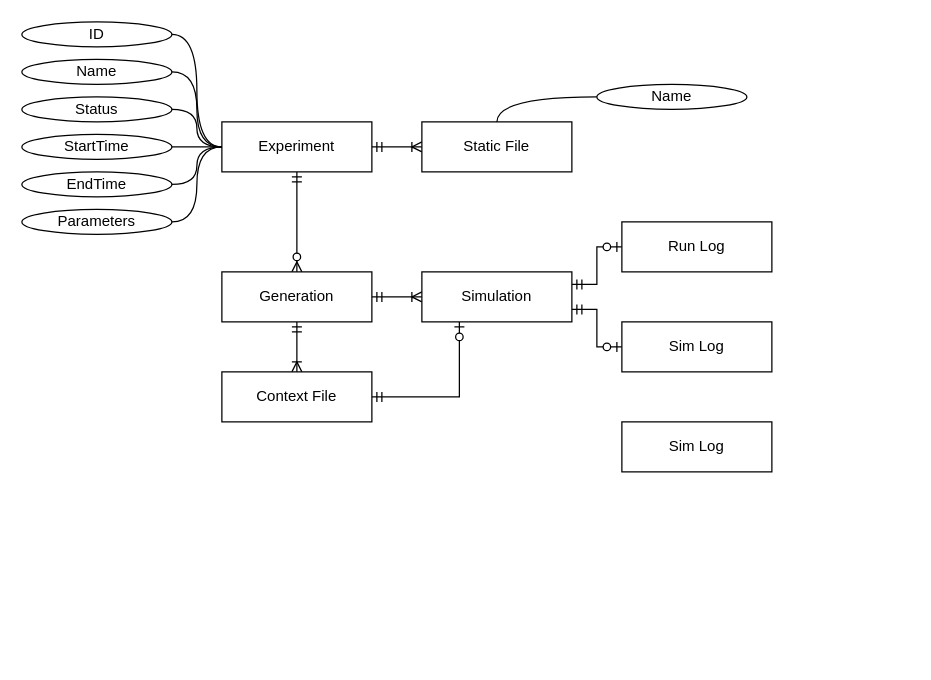
The draw.io diagram page "ER" (4 of 6) of docs/diagrams.drawio in JunioCesarFerreira/Cooja-MO-SimLab, before the edit. Source tidied: cells renumbered, new cells numbered last; positions are measured from the earlier drawing's top-left corner, leaving out a move shared by most shapes. Both pictures are drawn from the tidied source at 125%, with x=0, y=0 at pixel (21, 21).
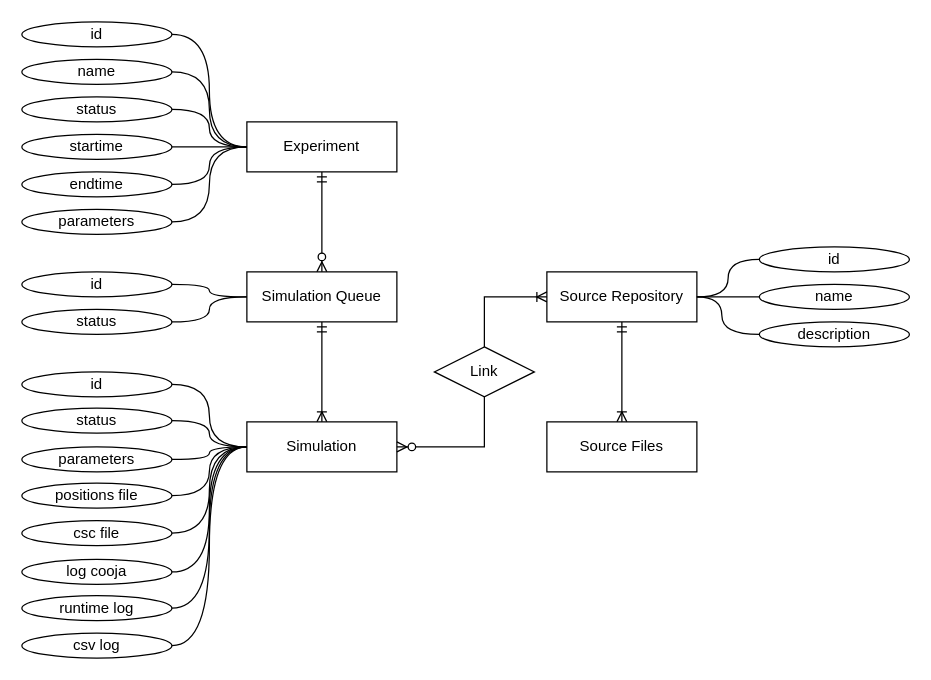
The same diagram, later.

Commit message (it also covers changes not shown here):
update: new dto entities Experiment, SimulationQueue and Simulation

What changed in the source:
```diff
@@
     <mxCell id="2" value="Experiment" style="rounded=0;whiteSpace=wrap;html=1;" parent="1" vertex="1">
-      <mxGeometry x="160" y="80" width="120" height="40" as="geometry" />
+      <mxGeometry x="180" y="80" width="120" height="40" as="geometry" />
     </mxCell>
-    <mxCell id="3" style="edgeStyle=orthogonalEdgeStyle;rounded=0;jettySize=auto;html=1;exitX=0;exitY=0.5;exitDx=0;exitDy=0;startArrow=ERoneToMany;startFill=0;endArrow=ERmandOne;endFill=0;" parent="1" edge="1" source="6" target="28">
+    <mxCell id="3" style="edgeStyle=orthogonalEdgeStyle;rounded=0;jettySize=auto;html=1;exitX=0.5;exitY=0;exitDx=0;exitDy=0;startArrow=ERoneToMany;startFill=0;endArrow=ERmandOne;endFill=0;entryX=0.5;entryY=1;entryDx=0;entryDy=0;" parent="1" edge="1" source="6" target="28">
       <mxGeometry relative="1" as="geometry" />
     </mxCell>
-    <mxCell id="4" style="edgeStyle=orthogonalEdgeStyle;rounded=0;jettySize=auto;html=1;exitX=1;exitY=0.25;exitDx=0;exitDy=0;startArrow=ERmandOne;startFill=0;endArrow=ERzeroToOne;endFill=1;" parent="1" edge="1" source="6" target="12">
-      <mxGeometry relative="1" as="geometry" />
-    </mxCell>
-    <mxCell id="5" style="edgeStyle=orthogonalEdgeStyle;rounded=0;jettySize=auto;html=1;exitX=1;exitY=0.75;exitDx=0;exitDy=0;startArrow=ERmandOne;startFill=0;endArrow=ERzeroToOne;endFill=1;" parent="1" edge="1" source="6" target="29">
-      <mxGeometry relative="1" as="geometry" />
-    </mxCell>
     <mxCell id="6" value="Simulation" style="rounded=0;whiteSpace=wrap;html=1;" parent="1" vertex="1">
-      <mxGeometry x="320" y="200" width="120" height="40" as="geometry" />
+      <mxGeometry x="180" y="320" width="120" height="40" as="geometry" />
     </mxCell>
-    <mxCell id="7" style="edgeStyle=orthogonalEdgeStyle;rounded=0;jettySize=auto;html=1;exitX=0;exitY=0.5;exitDx=0;exitDy=0;endArrow=ERmandOne;endFill=0;startArrow=ERoneToMany;startFill=0;" parent="1" edge="1" source="8" target="2">
-      <mxGeometry relative="1" as="geometry" />
-    </mxCell>
-    <mxCell id="8" value="Static File" style="rounded=0;whiteSpace=wrap;html=1;" parent="1" vertex="1">
-      <mxGeometry x="320" y="80" width="120" height="40" as="geometry" />
-    </mxCell>
-    <mxCell id="9" style="edgeStyle=orthogonalEdgeStyle;rounded=0;jettySize=auto;html=1;exitX=0.5;exitY=0;exitDx=0;exitDy=0;startArrow=ERoneToMany;startFill=0;endArrow=ERmandOne;endFill=0;entryX=0.5;entryY=1;entryDx=0;entryDy=0;" parent="1" edge="1" source="11" target="28">
-      <mxGeometry relative="1" as="geometry" />
-    </mxCell>
-    <mxCell id="10" style="edgeStyle=orthogonalEdgeStyle;rounded=0;jettySize=auto;html=1;exitX=1;exitY=0.5;exitDx=0;exitDy=0;entryX=0.25;entryY=1;entryDx=0;entryDy=0;startArrow=ERmandOne;startFill=0;endArrow=ERzeroToOne;endFill=1;" parent="1" edge="1" source="11" target="6">
-      <mxGeometry relative="1" as="geometry" />
-    </mxCell>
-    <mxCell id="11" value="Context File" style="rounded=0;whiteSpace=wrap;html=1;" parent="1" vertex="1">
-      <mxGeometry x="160" y="280" width="120" height="40" as="geometry" />
-    </mxCell>
-    <mxCell id="12" value="Run Log" style="rounded=0;whiteSpace=wrap;html=1;" parent="1" vertex="1">
-      <mxGeometry x="480" y="160" width="120" height="40" as="geometry" />
-    </mxCell>
@@
-    <mxCell id="14" value="ID" style="ellipse;whiteSpace=wrap;html=1;" parent="1" vertex="1">
+    <mxCell id="14" value="id" style="ellipse;whiteSpace=wrap;html=1;" parent="1" vertex="1">
       <mxGeometry width="120" height="20" as="geometry" />
     </mxCell>
@@
-    <mxCell id="16" value="Name" style="ellipse;whiteSpace=wrap;html=1;" parent="1" vertex="1">
+    <mxCell id="16" value="name" style="ellipse;whiteSpace=wrap;html=1;" parent="1" vertex="1">
       <mxGeometry y="30" width="120" height="20" as="geometry" />
     </mxCell>
@@
-    <mxCell id="18" value="Status" style="ellipse;whiteSpace=wrap;html=1;" parent="1" vertex="1">
+    <mxCell id="18" value="status" style="ellipse;whiteSpace=wrap;html=1;" parent="1" vertex="1">
       <mxGeometry y="60" width="120" height="20" as="geometry" />
     </mxCell>
@@
-    <mxCell id="20" value="StartTime" style="ellipse;whiteSpace=wrap;html=1;" parent="1" vertex="1">
+    <mxCell id="20" value="startime" style="ellipse;whiteSpace=wrap;html=1;" parent="1" vertex="1">
       <mxGeometry y="90" width="120" height="20" as="geometry" />
     </mxCell>
@@
-    <mxCell id="22" value="Parameters" style="ellipse;whiteSpace=wrap;html=1;" parent="1" vertex="1">
+    <mxCell id="22" value="parameters" style="ellipse;whiteSpace=wrap;html=1;" parent="1" vertex="1">
       <mxGeometry y="150" width="120" height="20" as="geometry" />
     </mxCell>
@@
-    <mxCell id="24" value="EndTime" style="ellipse;whiteSpace=wrap;html=1;" parent="1" vertex="1">
+    <mxCell id="24" value="endtime" style="ellipse;whiteSpace=wrap;html=1;" parent="1" vertex="1">
       <mxGeometry y="120" width="120" height="20" as="geometry" />
     </mxCell>
-    <mxCell id="25" style="edgeStyle=orthogonalEdgeStyle;curved=1;rounded=0;jettySize=auto;html=1;exitX=0;exitY=0.5;exitDx=0;exitDy=0;entryX=0.5;entryY=0;entryDx=0;entryDy=0;startArrow=none;startFill=0;endArrow=none;endFill=0;" parent="1" edge="1" source="26" target="8">
-      <mxGeometry relative="1" as="geometry" />
-    </mxCell>
-    <mxCell id="26" value="Name" style="ellipse;whiteSpace=wrap;html=1;" parent="1" vertex="1">
-      <mxGeometry x="460" y="50" width="120" height="20" as="geometry" />
-    </mxCell>
@@
-    <mxCell id="28" value="Generation" style="rounded=0;whiteSpace=wrap;html=1;" parent="1" vertex="1">
-      <mxGeometry x="160" y="200" width="120" height="40" as="geometry" />
+    <mxCell id="28" value="Simulation Queue" style="rounded=0;whiteSpace=wrap;html=1;" parent="1" vertex="1">
+      <mxGeometry x="180" y="200" width="120" height="40" as="geometry" />
     </mxCell>
-    <mxCell id="29" value="Sim Log" style="rounded=0;whiteSpace=wrap;html=1;" parent="1" vertex="1">
-      <mxGeometry x="480" y="240" width="120" height="40" as="geometry" />
-    </mxCell>
-    <mxCell id="30" value="Sim Log" style="rounded=0;whiteSpace=wrap;html=1;" parent="1" vertex="1">
-      <mxGeometry x="480" y="320" width="120" height="40" as="geometry" />
-    </mxCell>
+    <mxCell id="31" style="edgeStyle=orthogonalEdgeStyle;curved=1;rounded=0;jettySize=auto;html=1;exitX=1;exitY=0.5;exitDx=0;exitDy=0;entryX=0;entryY=0.5;entryDx=0;entryDy=0;endArrow=none;endFill=0;" parent="1" edge="1" source="32" target="6">
+      <mxGeometry relative="1" as="geometry" />
+    </mxCell>
+    <mxCell id="32" value="csc file" style="ellipse;whiteSpace=wrap;html=1;" parent="1" vertex="1">
+      <mxGeometry y="399" width="120" height="20" as="geometry" />
+    </mxCell>
+    <mxCell id="33" style="edgeStyle=orthogonalEdgeStyle;curved=1;rounded=0;jettySize=auto;html=1;exitX=1;exitY=0.5;exitDx=0;exitDy=0;entryX=0;entryY=0.5;entryDx=0;entryDy=0;endArrow=none;endFill=0;" parent="1" edge="1" source="34" target="6">
+      <mxGeometry relative="1" as="geometry" />
+    </mxCell>
+    <mxCell id="34" value="positions file" style="ellipse;whiteSpace=wrap;html=1;" parent="1" vertex="1">
+      <mxGeometry y="369" width="120" height="20" as="geometry" />
+    </mxCell>
+    <mxCell id="35" style="edgeStyle=orthogonalEdgeStyle;curved=1;rounded=0;jettySize=auto;html=1;exitX=1;exitY=0.5;exitDx=0;exitDy=0;entryX=0;entryY=0.5;entryDx=0;entryDy=0;endArrow=none;endFill=0;" parent="1" edge="1" source="36" target="6">
+      <mxGeometry relative="1" as="geometry" />
+    </mxCell>
+    <mxCell id="36" value="id" style="ellipse;whiteSpace=wrap;html=1;" parent="1" vertex="1">
+      <mxGeometry y="280" width="120" height="20" as="geometry" />
+    </mxCell>
+    <mxCell id="37" style="edgeStyle=orthogonalEdgeStyle;curved=1;rounded=0;jettySize=auto;html=1;exitX=1;exitY=0.5;exitDx=0;exitDy=0;entryX=0;entryY=0.5;entryDx=0;entryDy=0;endArrow=none;endFill=0;" parent="1" edge="1" source="38" target="6">
+      <mxGeometry relative="1" as="geometry" />
+    </mxCell>
+    <mxCell id="38" value="csv log" style="ellipse;whiteSpace=wrap;html=1;" parent="1" vertex="1">
+      <mxGeometry y="489" width="120" height="20" as="geometry" />
+    </mxCell>
+    <mxCell id="39" style="edgeStyle=orthogonalEdgeStyle;curved=1;rounded=0;jettySize=auto;html=1;exitX=1;exitY=0.5;exitDx=0;exitDy=0;entryX=0;entryY=0.5;entryDx=0;entryDy=0;endArrow=none;endFill=0;" parent="1" edge="1" source="40" target="6">
+      <mxGeometry relative="1" as="geometry" />
+    </mxCell>
+    <mxCell id="40" value="status" style="ellipse;whiteSpace=wrap;html=1;" parent="1" vertex="1">
+      <mxGeometry y="309" width="120" height="20" as="geometry" />
+    </mxCell>
+    <mxCell id="41" style="edgeStyle=orthogonalEdgeStyle;curved=1;rounded=0;jettySize=auto;html=1;exitX=1;exitY=0.5;exitDx=0;exitDy=0;entryX=0;entryY=0.5;entryDx=0;entryDy=0;endArrow=none;endFill=0;" parent="1" edge="1" source="42" target="6">
+      <mxGeometry relative="1" as="geometry" />
+    </mxCell>
+    <mxCell id="42" value="log cooja" style="ellipse;whiteSpace=wrap;html=1;" parent="1" vertex="1">
+      <mxGeometry y="430" width="120" height="20" as="geometry" />
+    </mxCell>
+    <mxCell id="43" style="edgeStyle=orthogonalEdgeStyle;curved=1;rounded=0;jettySize=auto;html=1;exitX=1;exitY=0.5;exitDx=0;exitDy=0;entryX=0;entryY=0.5;entryDx=0;entryDy=0;endArrow=none;endFill=0;" parent="1" edge="1" source="44" target="6">
+      <mxGeometry relative="1" as="geometry" />
+    </mxCell>
+    <mxCell id="44" value="runtime log" style="ellipse;whiteSpace=wrap;html=1;" parent="1" vertex="1">
+      <mxGeometry y="459" width="120" height="20" as="geometry" />
+    </mxCell>
+    <mxCell id="45" style="edgeStyle=orthogonalEdgeStyle;curved=1;rounded=0;jettySize=auto;html=1;exitX=1;exitY=0.5;exitDx=0;exitDy=0;entryX=0;entryY=0.5;entryDx=0;entryDy=0;endArrow=none;endFill=0;" parent="1" edge="1" source="46" target="28">
+      <mxGeometry relative="1" as="geometry" />
+    </mxCell>
+    <mxCell id="46" value="id" style="ellipse;whiteSpace=wrap;html=1;" parent="1" vertex="1">
+      <mxGeometry y="200" width="120" height="20" as="geometry" />
+    </mxCell>
+    <mxCell id="47" style="edgeStyle=orthogonalEdgeStyle;curved=1;rounded=0;jettySize=auto;html=1;exitX=1;exitY=0.5;exitDx=0;exitDy=0;entryX=0;entryY=0.5;entryDx=0;entryDy=0;endArrow=none;endFill=0;" parent="1" edge="1" source="48" target="28">
+      <mxGeometry relative="1" as="geometry" />
+    </mxCell>
+    <mxCell id="48" value="status" style="ellipse;whiteSpace=wrap;html=1;" parent="1" vertex="1">
+      <mxGeometry y="230" width="120" height="20" as="geometry" />
+    </mxCell>
+    <mxCell id="49" value="Source Repository" style="rounded=0;whiteSpace=wrap;html=1;" parent="1" vertex="1">
+      <mxGeometry x="420" y="200" width="120" height="40" as="geometry" />
+    </mxCell>
+    <mxCell id="50" style="edgeStyle=orthogonalEdgeStyle;curved=1;rounded=0;jettySize=auto;html=1;exitX=0;exitY=0.5;exitDx=0;exitDy=0;entryX=1;entryY=0.5;entryDx=0;entryDy=0;endArrow=none;endFill=0;" parent="1" edge="1" source="51" target="49">
+      <mxGeometry relative="1" as="geometry" />
+    </mxCell>
+    <mxCell id="51" value="id" style="ellipse;whiteSpace=wrap;html=1;" parent="1" vertex="1">
+      <mxGeometry x="590" y="180" width="120" height="20" as="geometry" />
+    </mxCell>
+    <mxCell id="52" style="edgeStyle=orthogonalEdgeStyle;rounded=0;jettySize=auto;html=1;exitX=0.5;exitY=0;exitDx=0;exitDy=0;entryX=0.5;entryY=1;entryDx=0;entryDy=0;endArrow=ERmandOne;endFill=0;startArrow=ERoneToMany;startFill=0;" parent="1" edge="1" source="53" target="49">
+      <mxGeometry relative="1" as="geometry" />
+    </mxCell>
+    <mxCell id="53" value="Source Files" style="rounded=0;whiteSpace=wrap;html=1;" parent="1" vertex="1">
+      <mxGeometry x="420" y="320" width="120" height="40" as="geometry" />
+    </mxCell>
+    <mxCell id="54" style="edgeStyle=orthogonalEdgeStyle;curved=1;rounded=0;jettySize=auto;html=1;exitX=0;exitY=0.5;exitDx=0;exitDy=0;entryX=1;entryY=0.5;entryDx=0;entryDy=0;endArrow=none;endFill=0;" parent="1" edge="1" source="55" target="49">
+      <mxGeometry relative="1" as="geometry" />
+    </mxCell>
+    <mxCell id="55" value="name" style="ellipse;whiteSpace=wrap;html=1;" parent="1" vertex="1">
+      <mxGeometry x="590" y="210" width="120" height="20" as="geometry" />
+    </mxCell>
+    <mxCell id="56" style="edgeStyle=orthogonalEdgeStyle;curved=1;rounded=0;jettySize=auto;html=1;exitX=0;exitY=0.5;exitDx=0;exitDy=0;endArrow=none;endFill=0;entryX=1;entryY=0.5;entryDx=0;entryDy=0;" parent="1" edge="1" source="57" target="49">
+      <mxGeometry relative="1" as="geometry">
+        <Array as="points">
+          <mxPoint x="560" y="250" />
+          <mxPoint x="560" y="220" />
+        </Array>
+      </mxGeometry>
+    </mxCell>
+    <mxCell id="57" value="description" style="ellipse;whiteSpace=wrap;html=1;" parent="1" vertex="1">
+      <mxGeometry x="590" y="240" width="120" height="20" as="geometry" />
+    </mxCell>
+    <mxCell id="58" style="edgeStyle=orthogonalEdgeStyle;rounded=0;jettySize=auto;html=1;exitX=0.5;exitY=1;exitDx=0;exitDy=0;entryX=1;entryY=0.5;entryDx=0;entryDy=0;startArrow=none;startFill=0;endArrow=ERzeroToMany;endFill=1;" parent="1" edge="1" source="60" target="6">
+      <mxGeometry relative="1" as="geometry" />
+    </mxCell>
+    <mxCell id="59" style="edgeStyle=orthogonalEdgeStyle;rounded=0;jettySize=auto;html=1;exitX=0.5;exitY=0;exitDx=0;exitDy=0;entryX=0;entryY=0.5;entryDx=0;entryDy=0;startArrow=none;startFill=0;endArrow=ERoneToMany;endFill=0;" parent="1" edge="1" source="60" target="49">
+      <mxGeometry relative="1" as="geometry" />
+    </mxCell>
+    <mxCell id="60" value="Link" style="rhombus;whiteSpace=wrap;html=1;" parent="1" vertex="1">
+      <mxGeometry x="330" y="260" width="80" height="40" as="geometry" />
+    </mxCell>
+    <mxCell id="61" style="edgeStyle=orthogonalEdgeStyle;rounded=0;jettySize=auto;html=1;exitX=1;exitY=0.5;exitDx=0;exitDy=0;entryX=0;entryY=0.5;entryDx=0;entryDy=0;startArrow=none;startFill=0;endArrow=none;endFill=0;curved=1;" parent="1" edge="1" source="62" target="6">
+      <mxGeometry relative="1" as="geometry" />
+    </mxCell>
+    <mxCell id="62" value="parameters" style="ellipse;whiteSpace=wrap;html=1;" parent="1" vertex="1">
+      <mxGeometry y="340" width="120" height="20" as="geometry" />
+    </mxCell>
```
